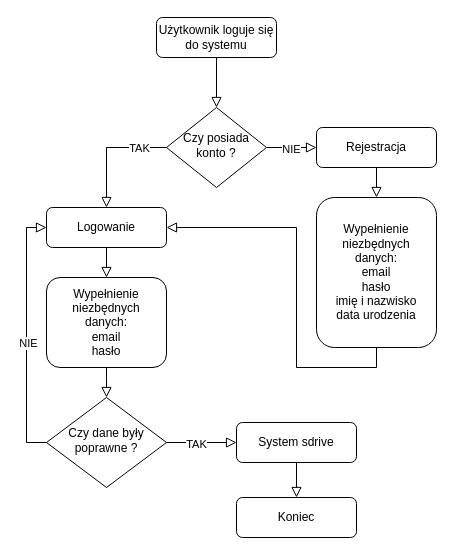
Above: Praca dyplomowa/Diagramy/Diagram aktywności - logowanie.drawio in eRz3T/sDrive (draw.io), before the change. Source tidied: cells renumbered, new cells numbered last; positions are measured from the earlier drawing's top-left corner, leaving out a move shared by most shapes. Both pictures are drawn from the tidied source at 100%, with x=0, y=0 at pixel (46, 17).
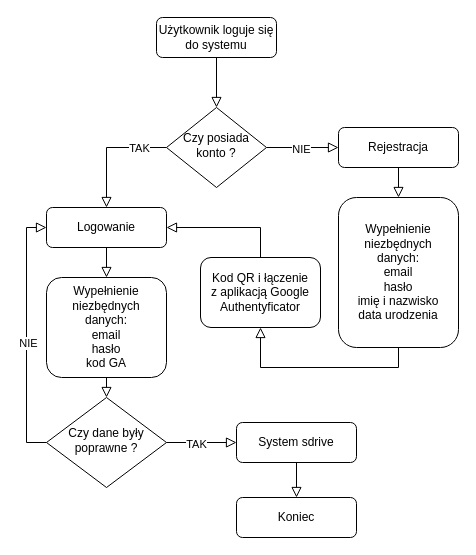
Above is the later version.

The change refers to these unchanged cells:
```xml
<mxCell id="12" value="Logowanie" style="rounded=1;whiteSpace=wrap;html=1;fontSize=12;glass=0;strokeWidth=1;shadow=0;" parent="1" vertex="1">
  <mxGeometry y="190" width="120" height="40" as="geometry" />
</mxCell>
```

The edit, as a diff of the source:
```diff
@@
     <mxCell id="9" value="Rejestracja" style="rounded=1;whiteSpace=wrap;html=1;fontSize=12;glass=0;strokeWidth=1;shadow=0;" parent="1" vertex="1">
-      <mxGeometry x="270" y="110" width="120" height="40" as="geometry" />
+      <mxGeometry x="292" y="110" width="120" height="40" as="geometry" />
     </mxCell>
     <mxCell id="10" value="Wypełnienie niezbędnych &lt;br&gt;danych:&lt;br&gt;email&lt;br&gt;hasło&lt;br&gt;imię i nazwisko&lt;br&gt;data urodzenia" style="rounded=1;whiteSpace=wrap;html=1;fontSize=12;glass=0;strokeWidth=1;shadow=0;" parent="1" vertex="1">
-      <mxGeometry x="270" y="180" width="120" height="150" as="geometry" />
+      <mxGeometry x="292" y="180" width="120" height="150" as="geometry" />
     </mxCell>
@@
-    <mxCell id="13" style="edgeStyle=orthogonalEdgeStyle;rounded=0;html=1;jettySize=auto;fontSize=11;endArrow=block;endFill=0;endSize=8;strokeWidth=1;shadow=0;labelBackgroundColor=none;exitX=0.5;exitY=1;exitDx=0;exitDy=0;entryX=1;entryY=0.5;entryDx=0;entryDy=0;" parent="1" edge="1" source="10" target="12">
-      <mxGeometry y="10" relative="1" as="geometry">
-        <Array as="points">
-          <mxPoint x="330" y="350" />
-          <mxPoint x="250" y="350" />
-          <mxPoint x="250" y="210" />
-        </Array>
-      </mxGeometry>
-    </mxCell>
@@
-    <mxCell id="15" value="Wypełnienie niezbędnych &lt;br&gt;danych:&lt;br&gt;email&lt;br&gt;hasło" style="rounded=1;whiteSpace=wrap;html=1;fontSize=12;glass=0;strokeWidth=1;shadow=0;" parent="1" vertex="1">
-      <mxGeometry y="260" width="120" height="90" as="geometry" />
+    <mxCell id="15" value="Wypełnienie niezbędnych &lt;br&gt;danych:&lt;br&gt;email&lt;br&gt;hasło&lt;div&gt;kod GA&lt;/div&gt;" style="rounded=1;whiteSpace=wrap;html=1;fontSize=12;glass=0;strokeWidth=1;shadow=0;" parent="1" vertex="1">
+      <mxGeometry y="260" width="120" height="100" as="geometry" />
     </mxCell>
@@
+    <mxCell id="25" value="Kod QR i łączenie &lt;br&gt;z aplikacją Google Authentyficator" style="rounded=1;whiteSpace=wrap;html=1;fontSize=12;glass=0;strokeWidth=1;shadow=0;" parent="1" vertex="1">
+      <mxGeometry x="154" y="240" width="120" height="70" as="geometry" />
+    </mxCell>
+    <mxCell id="26" style="edgeStyle=orthogonalEdgeStyle;rounded=0;html=1;jettySize=auto;fontSize=11;endArrow=block;endFill=0;endSize=8;strokeWidth=1;shadow=0;labelBackgroundColor=none;exitX=0.5;exitY=1;exitDx=0;exitDy=0;entryX=0.5;entryY=1;entryDx=0;entryDy=0;" parent="1" edge="1" source="10" target="25">
+      <mxGeometry y="10" relative="1" as="geometry" />
+    </mxCell>
+    <mxCell id="27" style="edgeStyle=orthogonalEdgeStyle;rounded=0;html=1;jettySize=auto;fontSize=11;endArrow=block;endFill=0;endSize=8;strokeWidth=1;shadow=0;labelBackgroundColor=none;exitX=0.5;exitY=0;exitDx=0;exitDy=0;entryX=1;entryY=0.5;entryDx=0;entryDy=0;" parent="1" edge="1" source="25" target="12">
+      <mxGeometry y="10" relative="1" as="geometry" />
+    </mxCell>
```
